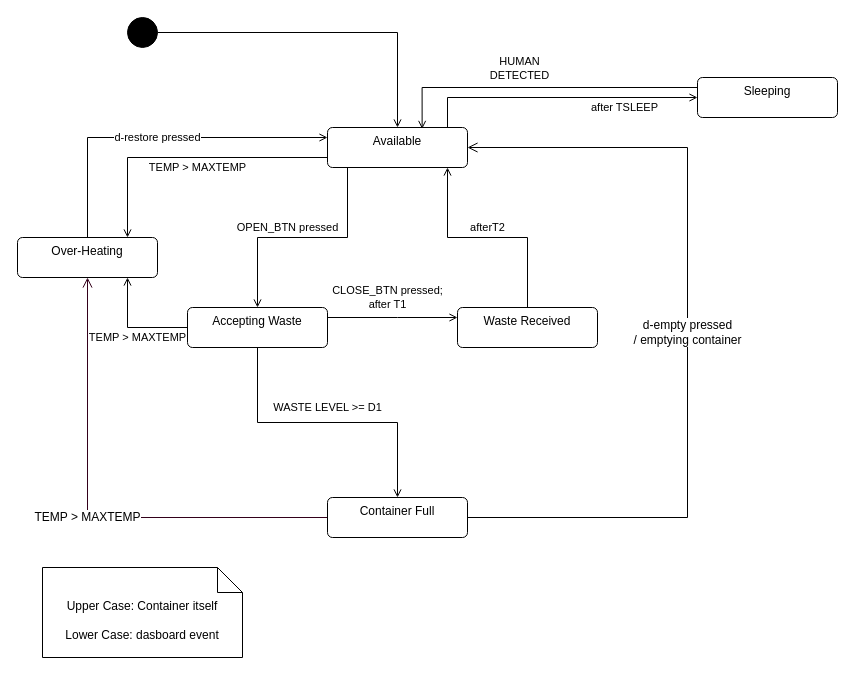
This is Arduino/State Diagram.drawio from MatteoGodzilla/Smart-Waste-Disposal-System, a draw.io file, before an edit. Source tidied: cells renumbered, new cells numbered last; positions are measured from the earlier drawing's top-left corner, leaving out a move shared by most shapes. Both pictures are drawn from the tidied source at 100%, with x=0, y=0 at pixel (17, 17).
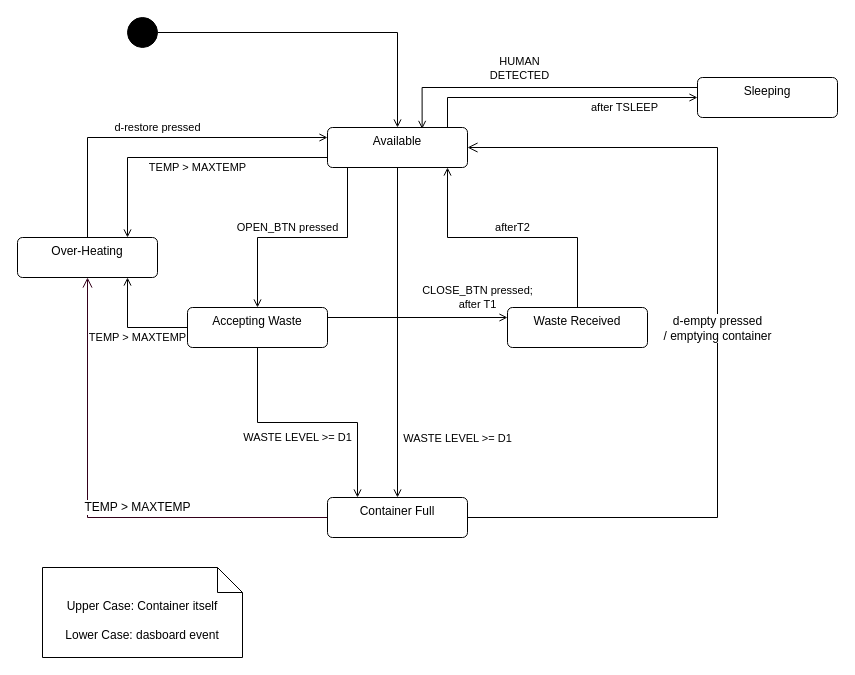
Above is the later version.

Unchanged cells that the change refers to:
```xml
<mxCell id="5" value="Available" style="html=1;align=center;verticalAlign=top;rounded=1;absoluteArcSize=1;arcSize=10;dashed=0;whiteSpace=wrap;" parent="1" vertex="1">
  <mxGeometry x="310" y="110" width="140" height="40" as="geometry" />
</mxCell>
<mxCell id="11" value="Container Full" style="html=1;align=center;verticalAlign=top;rounded=1;absoluteArcSize=1;arcSize=10;dashed=0;whiteSpace=wrap;" parent="1" vertex="1">
  <mxGeometry x="310" y="480" width="140" height="40" as="geometry" />
</mxCell>
<mxCell id="15" value="Accepting&amp;nbsp;&lt;span style=&quot;background-color: initial;&quot;&gt;Waste&lt;/span&gt;" style="html=1;align=center;verticalAlign=top;rounded=1;absoluteArcSize=1;arcSize=10;dashed=0;whiteSpace=wrap;" parent="1" vertex="1">
  <mxGeometry x="170" y="290" width="140" height="40" as="geometry" />
</mxCell>
<mxCell id="17" value="Over-Heating" style="html=1;align=center;verticalAlign=top;rounded=1;absoluteArcSize=1;arcSize=10;dashed=0;whiteSpace=wrap;" parent="1" vertex="1">
  <mxGeometry y="220" width="140" height="40" as="geometry" />
</mxCell>
```

Diff of the diagram source:
```diff
@@
+    <mxCell id="24" value="&lt;div&gt;WASTE LEVEL &amp;gt;= D1&lt;/div&gt;" style="edgeStyle=orthogonalEdgeStyle;rounded=0;jettySize=auto;html=1;endArrow=open;endFill=0;" parent="1" edge="1" source="5" target="11">
+      <mxGeometry x="0.64" y="60" relative="1" as="geometry" />
+    </mxCell>
@@
     <mxCell id="9" value="TEMP &amp;gt; MAXTEMP" style="edgeStyle=orthogonalEdgeStyle;rounded=0;jettySize=auto;html=1;entryX=0.5;entryY=1;entryDx=0;entryDy=0;fontSize=12;startSize=8;endSize=8;endArrow=open;endFill=0;fillColor=#d5e8d4;strokeColor=#33001A;" parent="1" edge="1" source="11" target="17">
-      <mxGeometry relative="1" as="geometry" />
+      <mxGeometry x="-0.21" y="-10" relative="1" as="geometry" />
     </mxCell>
     <mxCell id="10" value="d-empty pressed&lt;div&gt;/ emptying container&lt;/div&gt;" style="edgeStyle=orthogonalEdgeStyle;rounded=0;jettySize=auto;html=1;entryX=1;entryY=0.5;entryDx=0;entryDy=0;fontSize=12;startSize=8;endSize=8;endArrow=open;endFill=0;fillColor=#d5e8d4;strokeColor=#000000;exitX=1;exitY=0.5;exitDx=0;exitDy=0;" parent="1" edge="1" source="11" target="5">
-      <mxGeometry relative="1" as="geometry">
+      <mxGeometry x="0.01" relative="1" as="geometry">
         <Array as="points">
-          <mxPoint x="670" y="500" />
-          <mxPoint x="670" y="130" />
+          <mxPoint x="700" y="500" />
+          <mxPoint x="700" y="130" />
         </Array>
       </mxGeometry>
     </mxCell>
@@
     <mxCell id="12" value="CLOSE_BTN pressed;&lt;br&gt;after T1" style="edgeStyle=orthogonalEdgeStyle;rounded=0;jettySize=auto;html=1;endArrow=open;endFill=0;" parent="1" edge="1" source="15" target="23">
-      <mxGeometry x="-0.08" y="20" relative="1" as="geometry">
+      <mxGeometry x="0.67" y="20" relative="1" as="geometry">
         <Array as="points">
           <mxPoint x="380" y="300" />
           <mxPoint x="380" y="300" />
         </Array>
       </mxGeometry>
     </mxCell>
     <mxCell id="13" value="WASTE LEVEL &amp;gt;= D1" style="edgeStyle=orthogonalEdgeStyle;rounded=0;jettySize=auto;html=1;endArrow=open;endFill=0;" parent="1" edge="1" source="15" target="11">
-      <mxGeometry y="15" relative="1" as="geometry" />
+      <mxGeometry x="-0.08" y="-15" relative="1" as="geometry">
+        <Array as="points">
+          <mxPoint x="240" y="405" />
+          <mxPoint x="340" y="405" />
+        </Array>
+      </mxGeometry>
     </mxCell>
@@
     <mxCell id="16" value="d-restore pressed" style="edgeStyle=orthogonalEdgeStyle;rounded=0;jettySize=auto;html=1;endArrow=open;endFill=0;" parent="1" edge="1" source="17" target="5">
-      <mxGeometry relative="1" as="geometry">
+      <mxGeometry y="10" relative="1" as="geometry">
         <Array as="points">
           <mxPoint x="70" y="120" />
         </Array>
       </mxGeometry>
     </mxCell>
@@
     <mxCell id="22" value="afterT2" style="edgeStyle=orthogonalEdgeStyle;rounded=0;jettySize=auto;html=1;endArrow=open;endFill=0;" parent="1" edge="1" source="23" target="5">
       <mxGeometry y="-10" relative="1" as="geometry">
         <Array as="points">
-          <mxPoint x="510" y="220" />
+          <mxPoint x="560" y="220" />
           <mxPoint x="430" y="220" />
         </Array>
       </mxGeometry>
     </mxCell>
     <mxCell id="23" value="Waste Received" style="html=1;align=center;verticalAlign=top;rounded=1;absoluteArcSize=1;arcSize=10;dashed=0;whiteSpace=wrap;" parent="1" vertex="1">
-      <mxGeometry x="440" y="290" width="140" height="40" as="geometry" />
+      <mxGeometry x="490" y="290" width="140" height="40" as="geometry" />
     </mxCell>
```
